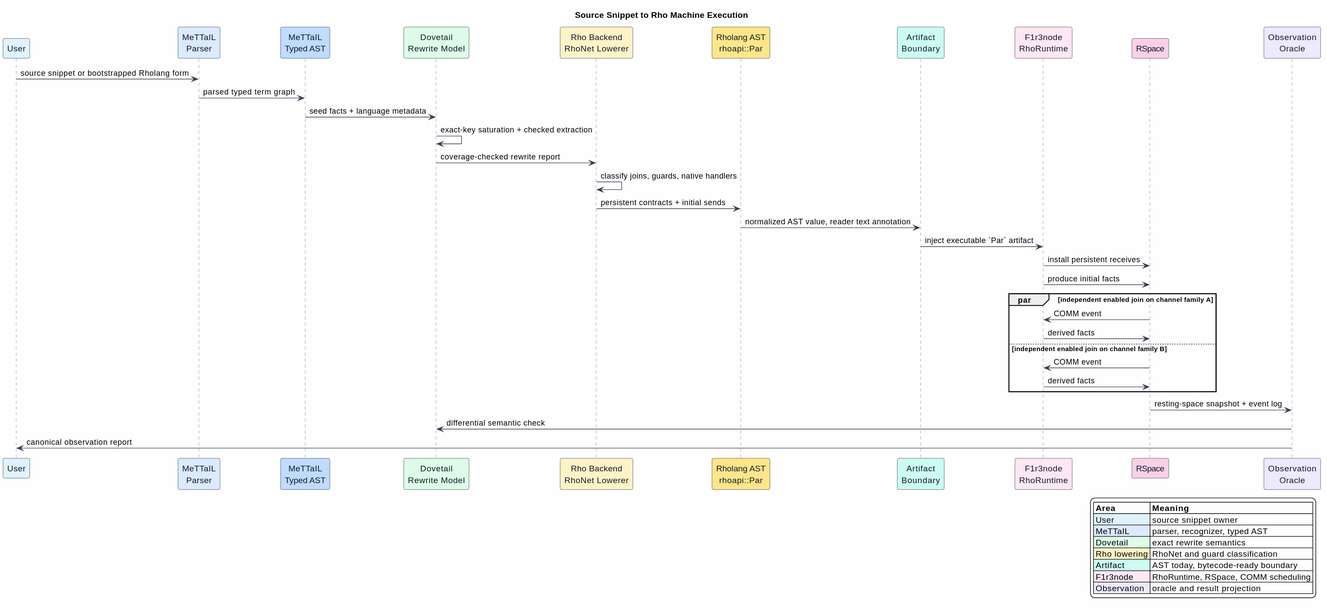
Earlier version of the PlantUML export docs/architecture/rho-native-integration/figures/02-end-to-end-architecture.svg (F1R3FLY-io/mettail-rust).
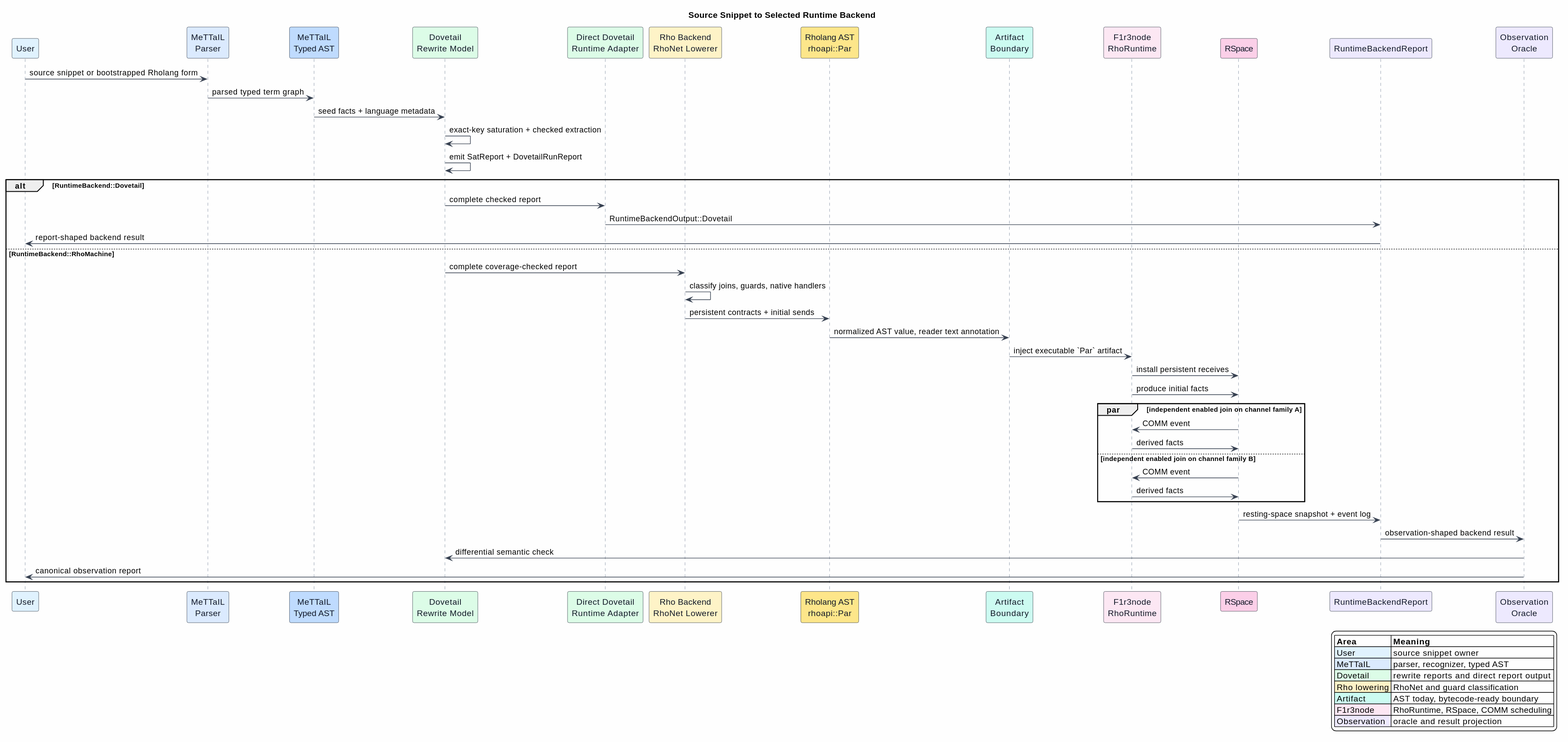
The same file after the commit.

Commit message:
Clarify Dovetail and Rho documentation flow

What changed in the source:
```diff
@@ -1,5 +1,5 @@
 @startuml
-title Source Snippet to Rho Machine Execution
+title Source Snippet to Selected Runtime Backend
 
 skinparam backgroundColor #FEFEFE
 skinparam shadowing false
@@ -15,40 +15,51 @@
 participant "MeTTaIL\nParser" as Parser #DBEAFE
 participant "MeTTaIL\nTyped AST" as AST #BFDBFE
 participant "Dovetail\nRewrite Model" as Dovetail #DCFCE7
+participant "Direct Dovetail\nRuntime Adapter" as DirectDovetail #DCFCE7
 participant "Rho Backend\nRhoNet Lowerer" as Lowerer #FEF3C7
 participant "Rholang AST\nrhoapi::Par" as Rholang #FDE68A
 participant "Artifact\nBoundary" as Artifact #CCFBF1
 participant "F1r3node\nRhoRuntime" as Runtime #FCE7F3
 participant "RSpace" as RSpace #FBCFE8
+participant "RuntimeBackendReport" as RuntimeReport #EDE9FE
 participant "Observation\nOracle" as Oracle #EDE9FE
 
 User -> Parser : source snippet or bootstrapped Rholang form
 Parser -> AST : parsed typed term graph
 AST -> Dovetail : seed facts + language metadata
 Dovetail -> Dovetail : exact-key saturation + checked extraction
-Dovetail -> Lowerer : coverage-checked rewrite report
-Lowerer -> Lowerer : classify joins, guards, native handlers
-Lowerer -> Rholang : persistent contracts + initial sends
-Rholang -> Artifact : normalized AST value, reader text annotation
-Artifact -> Runtime : inject executable `Par` artifact
-Runtime -> RSpace : install persistent receives
-Runtime -> RSpace : produce initial facts
-par independent enabled join on channel family A
-  RSpace -> Runtime : COMM event
-  Runtime -> RSpace : derived facts
-else independent enabled join on channel family B
-  RSpace -> Runtime : COMM event
-  Runtime -> RSpace : derived facts
+Dovetail -> Dovetail : emit SatReport + DovetailRunReport
+
+alt RuntimeBackend::Dovetail
+  Dovetail -> DirectDovetail : complete checked report
+  DirectDovetail -> RuntimeReport : RuntimeBackendOutput::Dovetail
+  RuntimeReport -> User : report-shaped backend result
+else RuntimeBackend::RhoMachine
+  Dovetail -> Lowerer : complete coverage-checked report
+  Lowerer -> Lowerer : classify joins, guards, native handlers
+  Lowerer -> Rholang : persistent contracts + initial sends
+  Rholang -> Artifact : normalized AST value, reader text annotation
+  Artifact -> Runtime : inject executable `Par` artifact
+  Runtime -> RSpace : install persistent receives
+  Runtime -> RSpace : produce initial facts
+  par independent enabled join on channel family A
+    RSpace -> Runtime : COMM event
+    Runtime -> RSpace : derived facts
+  else independent enabled join on channel family B
+    RSpace -> Runtime : COMM event
+    Runtime -> RSpace : derived facts
+  end
+  RSpace -> RuntimeReport : resting-space snapshot + event log
+  RuntimeReport -> Oracle : observation-shaped backend result
+  Oracle -> Dovetail : differential semantic check
+  Oracle -> User : canonical observation report
 end
-RSpace -> Oracle : resting-space snapshot + event log
-Oracle -> Dovetail : differential semantic check
-Oracle -> User : canonical observation report
 
 legend right
 |= Area |= Meaning |
 |<#E0F2FE> User | source snippet owner |
 |<#DBEAFE> MeTTaIL | parser, recognizer, typed AST |
-|<#DCFCE7> Dovetail | exact rewrite semantics |
+|<#DCFCE7> Dovetail | rewrite reports and direct report output |
 |<#FEF3C7> Rho lowering | RhoNet and guard classification |
 |<#CCFBF1> Artifact | AST today, bytecode-ready boundary |
 |<#FCE7F3> F1r3node | RhoRuntime, RSpace, COMM scheduling |
```
